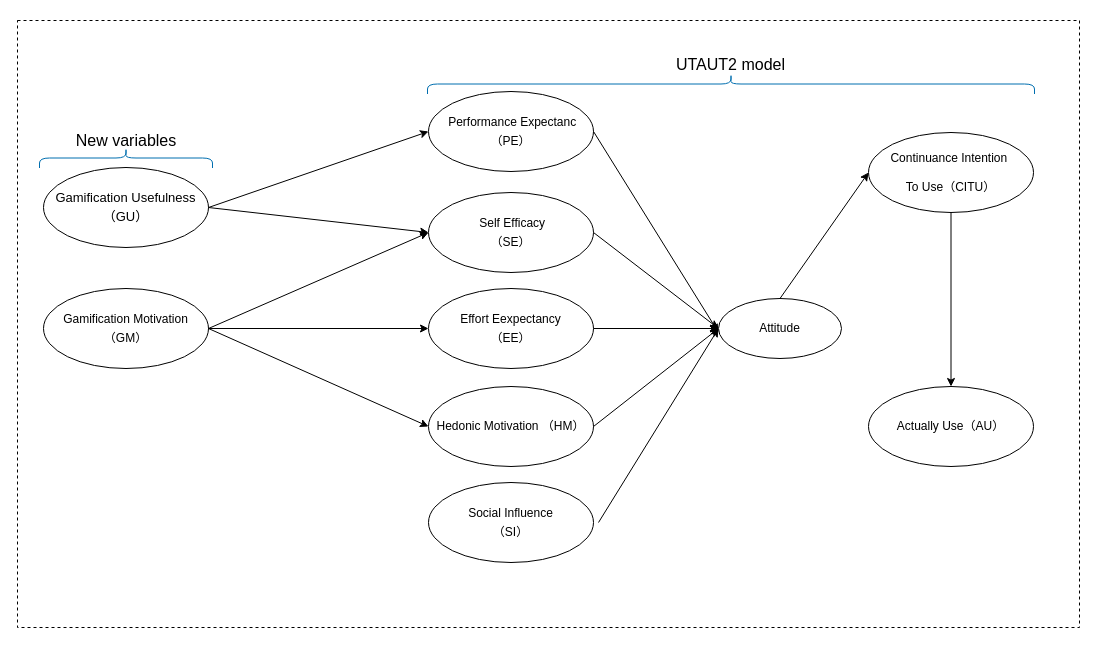
raknza/Master-Thesis keeps this draw.io diagram as 結構模型2.drawio. Above is the earlier version. Source tidied: cells renumbered, new cells numbered last; positions are measured from the earlier drawing's top-left corner, leaving out a move shared by most shapes. Both pictures are drawn from the tidied source at 100%, with x=0, y=0 at pixel (17, -220).
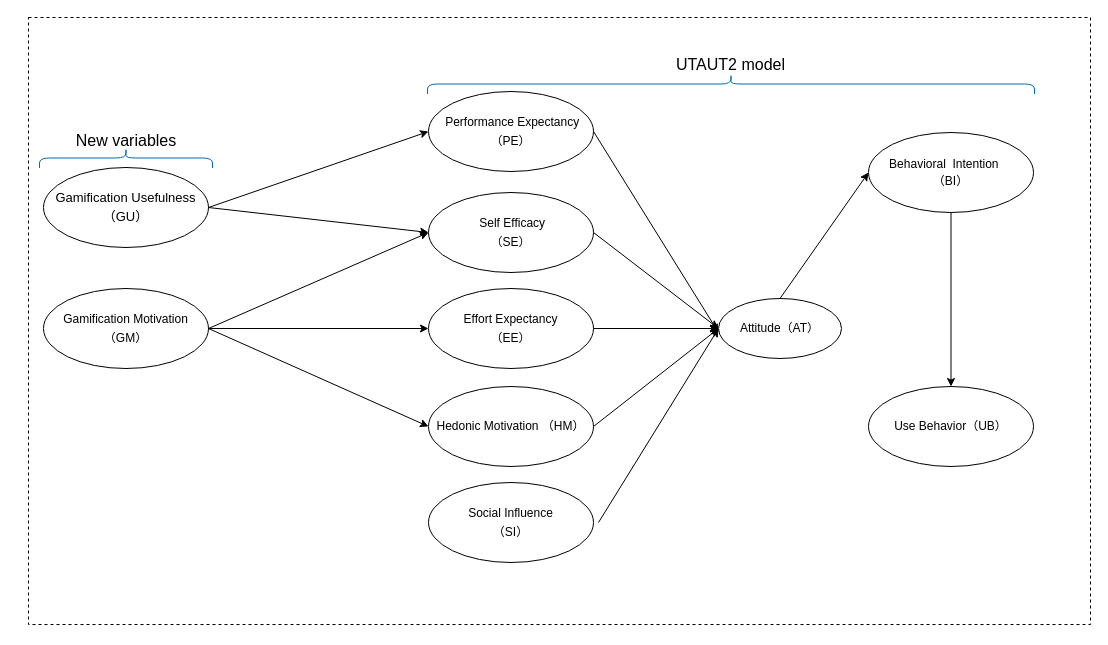
After the change.

Diff of the diagram source:
```diff
@@
     <mxCell id="2" style="rounded=0;whiteSpace=wrap;html=1;fontSize=15;dashed=1;" parent="1" vertex="1">
-      <mxGeometry y="240" width="1062" height="607" as="geometry" />
+      <mxGeometry x="11" y="237" width="1062" height="607" as="geometry" />
     </mxCell>
@@
-    <mxCell id="5" value="&lt;p style=&quot;line-height: 140%&quot;&gt;&lt;span style=&quot;font-size: 12px&quot;&gt;Attitude&lt;/span&gt;&lt;br&gt;&lt;/p&gt;" style="ellipse;whiteSpace=wrap;html=1;spacingBottom=0;fontSize=13;fontStyle=0;" parent="1" vertex="1">
+    <mxCell id="5" value="&lt;p style=&quot;line-height: 140%&quot;&gt;&lt;span style=&quot;font-size: 12px&quot;&gt;Attitude（AT）&lt;/span&gt;&lt;br&gt;&lt;/p&gt;" style="ellipse;whiteSpace=wrap;html=1;spacingBottom=0;fontSize=13;fontStyle=0;" parent="1" vertex="1">
       <mxGeometry x="701" y="518" width="123" height="60" as="geometry" />
     </mxCell>
-    <mxCell id="6" value="&lt;p style=&quot;line-height: 140%&quot;&gt;&lt;span style=&quot;font-size: 12px&quot;&gt;&amp;nbsp;Performance Expectanc（PE）&lt;/span&gt;&lt;br&gt;&lt;/p&gt;" style="ellipse;whiteSpace=wrap;html=1;spacingBottom=0;fontSize=13;fontStyle=0;" parent="1" vertex="1">
+    <mxCell id="6" value="&lt;p style=&quot;line-height: 140%&quot;&gt;&lt;span style=&quot;font-size: 12px&quot;&gt;&amp;nbsp;Performance Expectancy（PE）&lt;/span&gt;&lt;br&gt;&lt;/p&gt;" style="ellipse;whiteSpace=wrap;html=1;spacingBottom=0;fontSize=13;fontStyle=0;" parent="1" vertex="1">
       <mxGeometry x="411" y="311" width="165" height="80" as="geometry" />
     </mxCell>
@@
-    <mxCell id="8" value="&lt;p style=&quot;line-height: 140%&quot;&gt;&lt;span style=&quot;font-size: 12px&quot;&gt;Effort Eexpectancy&lt;/span&gt;&lt;br style=&quot;font-size: 12px&quot;&gt;&lt;span style=&quot;font-size: 12px&quot;&gt;（EE）&lt;/span&gt;&lt;br&gt;&lt;/p&gt;" style="ellipse;whiteSpace=wrap;html=1;spacingBottom=0;fontSize=13;fontStyle=0;" parent="1" vertex="1">
+    <mxCell id="8" value="&lt;p style=&quot;line-height: 140%&quot;&gt;&lt;span style=&quot;font-size: 12px&quot;&gt;Effort Expectancy&lt;/span&gt;&lt;br style=&quot;font-size: 12px&quot;&gt;&lt;span style=&quot;font-size: 12px&quot;&gt;（EE）&lt;/span&gt;&lt;br&gt;&lt;/p&gt;" style="ellipse;whiteSpace=wrap;html=1;spacingBottom=0;fontSize=13;fontStyle=0;" parent="1" vertex="1">
       <mxGeometry x="411" y="508" width="165" height="80" as="geometry" />
     </mxCell>
@@
-    <mxCell id="21" value="&lt;p style=&quot;line-height: 140% ; font-size: 12px&quot;&gt;&lt;span style=&quot;font-size: 12px&quot;&gt;Continuance Intention&amp;nbsp;&lt;/span&gt;&lt;/p&gt;&lt;p style=&quot;line-height: 140% ; font-size: 12px&quot;&gt;&lt;span style=&quot;font-size: 12px&quot;&gt;To Use（CITU）&lt;/span&gt;&lt;br style=&quot;font-size: 12px&quot;&gt;&lt;/p&gt;" style="ellipse;whiteSpace=wrap;html=1;spacingBottom=0;fontSize=12;fontStyle=0;" parent="1" vertex="1">
+    <mxCell id="21" value="&lt;p class=&quot;MDPI42tablebody&quot; style=&quot;line-height: normal&quot;&gt;&amp;nbsp;Behavioral&amp;nbsp; Intention&amp;nbsp; &amp;nbsp; &amp;nbsp; （BI）&lt;br&gt;&lt;/p&gt;" style="ellipse;whiteSpace=wrap;html=1;spacingBottom=0;fontSize=12;fontStyle=0;spacing=0;" parent="1" vertex="1">
       <mxGeometry x="851" y="352" width="165" height="80" as="geometry" />
     </mxCell>
-    <mxCell id="22" value="&lt;p style=&quot;line-height: 140%&quot;&gt;&lt;span style=&quot;font-size: 12px&quot;&gt;Actually Use（AU）&lt;/span&gt;&lt;br&gt;&lt;/p&gt;" style="ellipse;whiteSpace=wrap;html=1;spacingBottom=0;fontSize=13;fontStyle=0;" parent="1" vertex="1">
+    <mxCell id="22" value="&lt;p style=&quot;line-height: 140%&quot;&gt;&lt;span style=&quot;font-size: 12px&quot;&gt;Use Behavior（UB）&lt;/span&gt;&lt;br&gt;&lt;/p&gt;" style="ellipse;whiteSpace=wrap;html=1;spacingBottom=0;fontSize=13;fontStyle=0;" parent="1" vertex="1">
       <mxGeometry x="851" y="606" width="165" height="80" as="geometry" />
     </mxCell>
```
